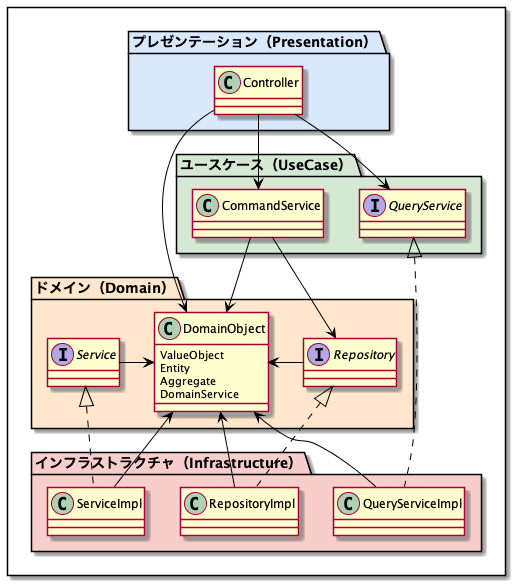
Before: diagrams/LayerStructure_TypicalClass/LayerStructure_TypicalClass.png, a diagram exported from PlantUML (TakashiOnawa/ddd-architecture). The source it was exported from:
```plantuml
@startuml LayerStructure_TypicalClass

skinparam sequence {
    ArrowColor #Black
}
skinparam NoteBorderColor #Black

rectangle {
    package "プレゼンテーション（Presentation）" as Presentation #dae8fc {
        class Controller
    }

    package "ユースケース（UseCase）" as UseCase #d5e8d4 {
        class CommandService
        interface QueryService
    }

    package "ドメイン（Domain）" as Domain #ffe6cc {
        class DomainObject {
            ValueObject
            Entity
            Aggregate
            DomainService
        }
        interface Repository
        interface Service
    }

    package "インフラストラクチャ（Infrastructure）" as Infrastructure #f8cecc {
        class RepositoryImpl
        class ServiceImpl
        class QueryServiceImpl
    }

    Controller --> CommandService
    Controller --> QueryService
    Controller --> DomainObject

    CommandService --> DomainObject
    CommandService --> Repository

    RepositoryImpl .up.|> Repository
    ServiceImpl .up.|> Service
    QueryServiceImpl .up.|> QueryService

    Repository -> DomainObject
    Service -> DomainObject

    RepositoryImpl -up-> DomainObject
    ServiceImpl -up-> DomainObject
    QueryServiceImpl -up-> DomainObject
}

@enduml
```
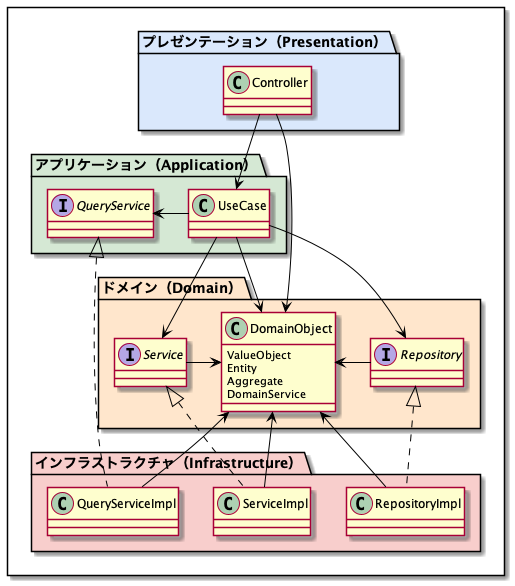
The same diagram one commit later.

Diff of the diagram source:
```diff
@@ -10,8 +10,8 @@
         class Controller
     }
 
-    package "ユースケース（UseCase）" as UseCase #d5e8d4 {
-        class CommandService
+    package "アプリケーション（Application）" as Application #d5e8d4 {
+        class UseCase
         interface QueryService
     }
 
@@ -32,12 +32,13 @@
         class QueryServiceImpl
     }
 
-    Controller --> CommandService
-    Controller --> QueryService
+    Controller --> UseCase
     Controller --> DomainObject
 
-    CommandService --> DomainObject
-    CommandService --> Repository
+    UseCase -> QueryService
+    UseCase --> DomainObject
+    UseCase --> Repository
+    UseCase --> Service
 
     RepositoryImpl .up.|> Repository
     ServiceImpl .up.|> Service
```
